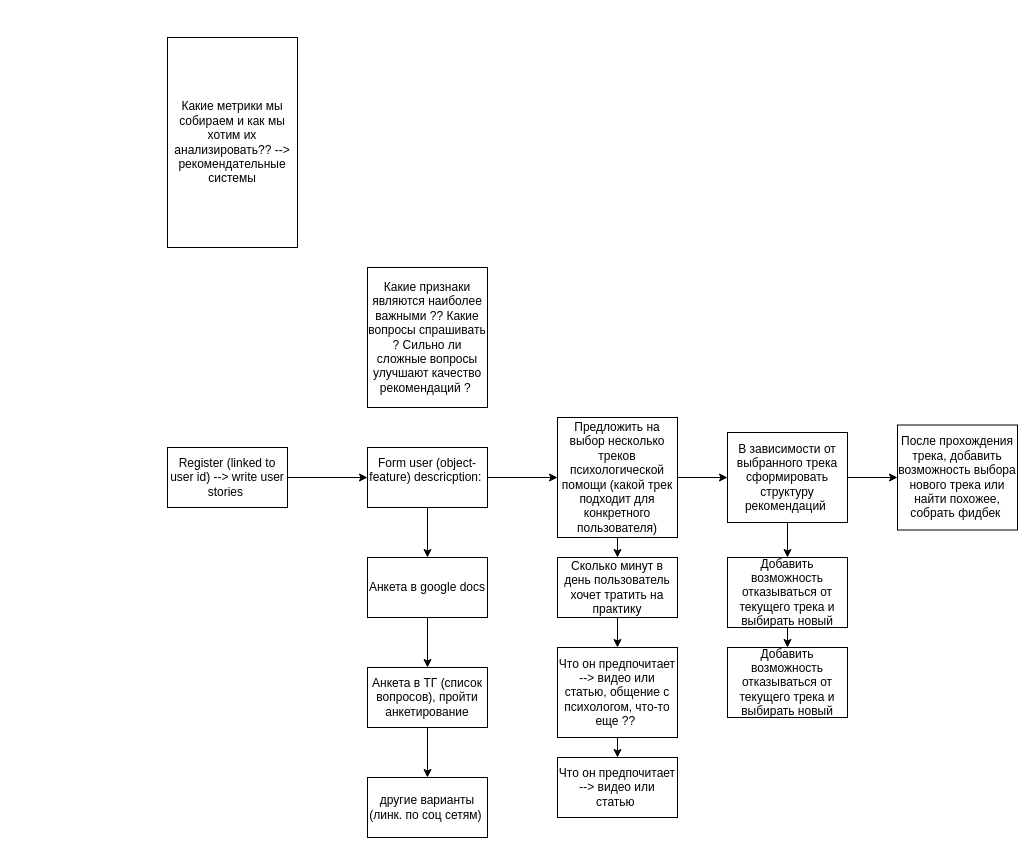
Earlier version of the draw.io diagram page "user_line" (1 of 2) of User_lifecycle.drawio (MikhailKr/tg_bot_kirill). Source tidied: cells renumbered, new cells numbered last; positions are measured from the earlier drawing's top-left corner, leaving out a move shared by most shapes. Both pictures are drawn from the tidied source at 100%, with x=0, y=0 at pixel (167, 37).
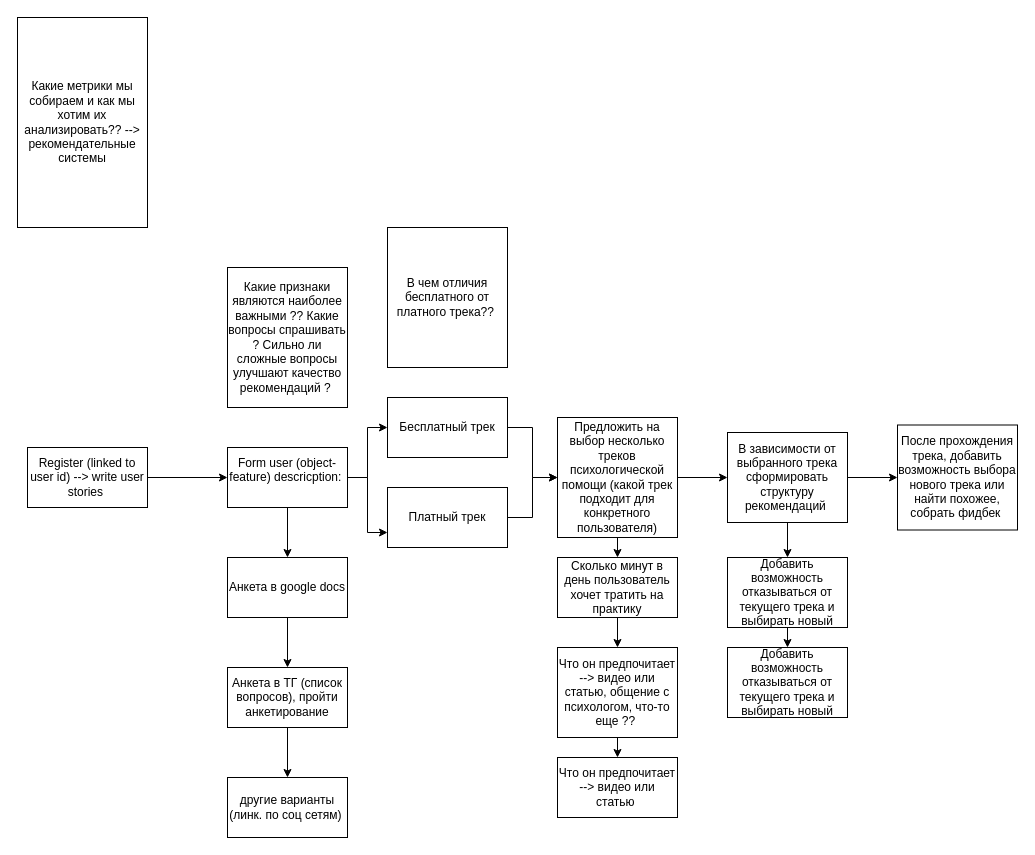
The same page after the edit.

Unchanged cells that the change refers to:
```xml
<mxCell id="9" value="Предложить на выбор несколько треков психологической помощи (какой трек подходит для конкретного пользователя)" style="rounded=0;whiteSpace=wrap;html=1;" parent="1" vertex="1">
  <mxGeometry x="390" y="380" width="120" height="120" as="geometry" />
</mxCell>
```

Change to the diagram source:
```diff
@@
     <mxCell id="3" value="Register (linked to user id) --&amp;gt; write user stories&amp;nbsp;" style="rounded=0;whiteSpace=wrap;html=1;" parent="1" vertex="1">
-      <mxGeometry y="410" width="120" height="60" as="geometry" />
+      <mxGeometry x="-140" y="410" width="120" height="60" as="geometry" />
     </mxCell>
@@
-    <mxCell id="5" style="edgeStyle=orthogonalEdgeStyle;rounded=0;jettySize=auto;html=1;entryX=0;entryY=0.5;entryDx=0;entryDy=0;" parent="1" edge="1" source="6" target="9">
-      <mxGeometry relative="1" as="geometry" />
-    </mxCell>
+    <mxCell id="29" style="edgeStyle=orthogonalEdgeStyle;rounded=0;jettySize=auto;html=1;exitX=1;exitY=0.5;exitDx=0;exitDy=0;entryX=0;entryY=0.75;entryDx=0;entryDy=0;" parent="1" edge="1" source="6" target="34">
+      <mxGeometry relative="1" as="geometry" />
+    </mxCell>
+    <mxCell id="30" style="edgeStyle=orthogonalEdgeStyle;rounded=0;jettySize=auto;html=1;entryX=0;entryY=0.5;entryDx=0;entryDy=0;" parent="1" edge="1" source="6" target="32">
+      <mxGeometry relative="1" as="geometry" />
+    </mxCell>
     <mxCell id="6" value="Form user (object-feature) descricption:&amp;nbsp;&lt;br&gt;&amp;nbsp;" style="rounded=0;whiteSpace=wrap;html=1;" parent="1" vertex="1">
-      <mxGeometry x="200" y="410" width="120" height="60" as="geometry" />
+      <mxGeometry x="60" y="410" width="120" height="60" as="geometry" />
     </mxCell>
@@
     <mxCell id="11" value="Анкета в google docs" style="rounded=0;whiteSpace=wrap;html=1;" parent="1" vertex="1">
-      <mxGeometry x="200" y="520" width="120" height="60" as="geometry" />
+      <mxGeometry x="60" y="520" width="120" height="60" as="geometry" />
     </mxCell>
@@
     <mxCell id="13" value="Анкета в ТГ (список вопросов), пройти анкетирование" style="rounded=0;whiteSpace=wrap;html=1;" parent="1" vertex="1">
-      <mxGeometry x="200" y="630" width="120" height="60" as="geometry" />
+      <mxGeometry x="60" y="630" width="120" height="60" as="geometry" />
     </mxCell>
     <mxCell id="14" value="другие варианты (линк. по соц сетям)&amp;nbsp;" style="rounded=0;whiteSpace=wrap;html=1;" parent="1" vertex="1">
-      <mxGeometry x="200" y="740" width="120" height="60" as="geometry" />
+      <mxGeometry x="60" y="740" width="120" height="60" as="geometry" />
     </mxCell>
     <mxCell id="15" value="Какие признаки являются наиболее важными ?? Какие вопросы спрашивать ? Сильно ли сложные вопросы улучшают качество рекомендаций ?&amp;nbsp;" style="rounded=0;whiteSpace=wrap;html=1;" parent="1" vertex="1">
-      <mxGeometry x="200" y="230" width="120" height="140" as="geometry" />
+      <mxGeometry x="60" y="230" width="120" height="140" as="geometry" />
     </mxCell>
@@
     <mxCell id="28" value="Какие метрики мы собираем и как мы хотим их анализировать?? --&amp;gt; рекомендательные системы" style="rounded=0;whiteSpace=wrap;html=1;" parent="1" vertex="1">
-      <mxGeometry width="130" height="210" as="geometry" />
+      <mxGeometry x="-150" y="-20" width="130" height="210" as="geometry" />
     </mxCell>
+    <mxCell id="31" style="edgeStyle=orthogonalEdgeStyle;rounded=0;jettySize=auto;html=1;entryX=0;entryY=0.5;entryDx=0;entryDy=0;" parent="1" edge="1" source="32" target="9">
+      <mxGeometry relative="1" as="geometry" />
+    </mxCell>
+    <mxCell id="32" value="Бесплатный трек" style="rounded=0;whiteSpace=wrap;html=1;" parent="1" vertex="1">
+      <mxGeometry x="220" y="360" width="120" height="60" as="geometry" />
+    </mxCell>
+    <mxCell id="33" style="edgeStyle=orthogonalEdgeStyle;rounded=0;jettySize=auto;html=1;entryX=0;entryY=0.5;entryDx=0;entryDy=0;" parent="1" edge="1" source="34" target="9">
+      <mxGeometry relative="1" as="geometry" />
+    </mxCell>
+    <mxCell id="34" value="Платный трек" style="rounded=0;whiteSpace=wrap;html=1;" parent="1" vertex="1">
+      <mxGeometry x="220" y="450" width="120" height="60" as="geometry" />
+    </mxCell>
+    <mxCell id="35" value="В чем отличия бесплатного от платного трека??&amp;nbsp;" style="rounded=0;whiteSpace=wrap;html=1;" parent="1" vertex="1">
+      <mxGeometry x="220" y="190" width="120" height="140" as="geometry" />
+    </mxCell>
```
